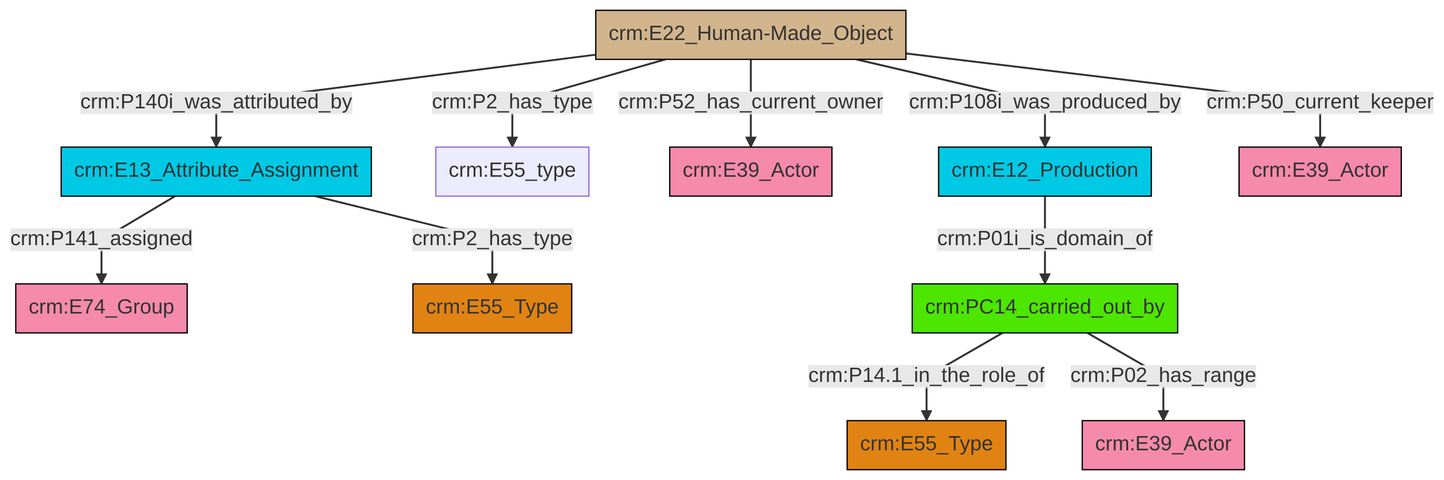
Earlier version of the Mermaid export et/artworkCSV/ttl/mmd/png/Artwork_Actor_Relations.png (swiss-art-research-net/reference-data-models). Its source is kept beside it as et/artworkCSV/ttl/mmd/Artwork_Actor_Relations.ttl.mmd.
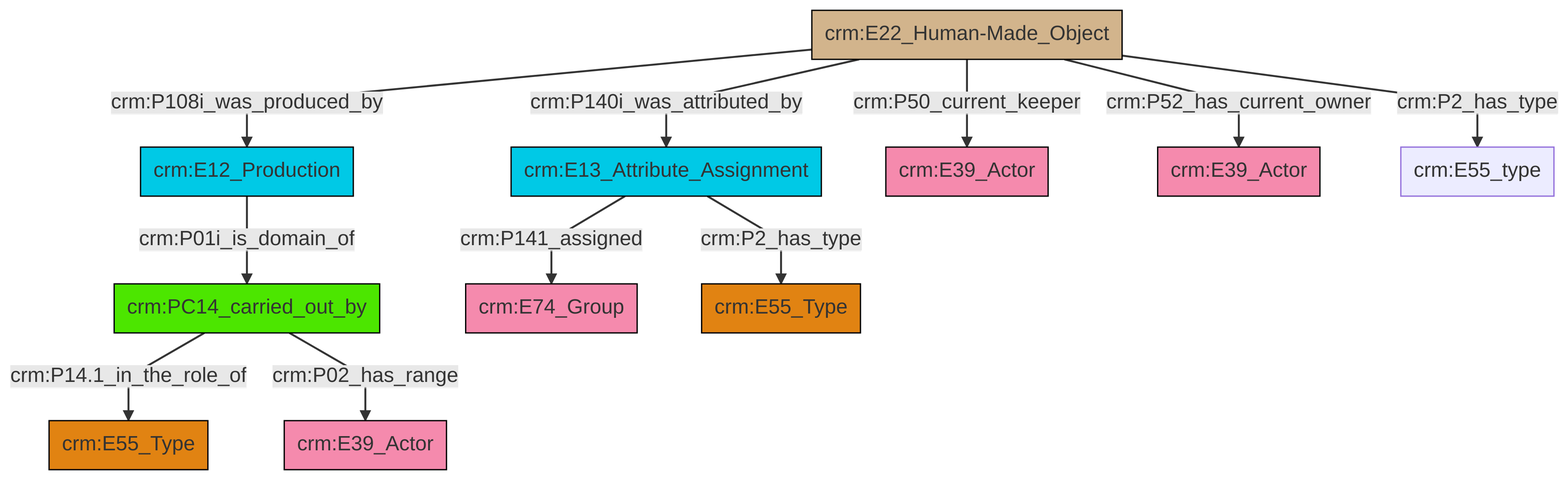
The same file after the commit.

The edit, as a diff of the source:
```diff
@@ -13,13 +13,13 @@
 classDef PC_Classes fill:#4ce600, stroke:#000000;
 classDef Multi fill:#cccccc,stroke:#000000;
 
-0["crm:E22_Human-Made_Object"]:::Physical_Thing -->|crm:P140i_was_attributed_by| 1["crm:E13_Attribute_Assignment"]:::Temporal_Entity
-0["crm:E22_Human-Made_Object"]:::Physical_Thing -->|crm:P2_has_type| 8["crm:E55_type"]:::Default
-1["crm:E13_Attribute_Assignment"]:::Temporal_Entity -->|crm:P141_assigned| 2["crm:E74_Group"]:::Actor
-0["crm:E22_Human-Made_Object"]:::Physical_Thing -->|crm:P52_has_current_owner| 4["crm:E39_Actor"]:::Actor
-0["crm:E22_Human-Made_Object"]:::Physical_Thing -->|crm:P108i_was_produced_by| 15["crm:E12_Production"]:::Temporal_Entity
-1["crm:E13_Attribute_Assignment"]:::Temporal_Entity -->|crm:P2_has_type| 12["crm:E55_Type"]:::Type
-15["crm:E12_Production"]:::Temporal_Entity -->|crm:P01i_is_domain_of| 9["crm:PC14_carried_out_by"]:::PC_Classes
-0["crm:E22_Human-Made_Object"]:::Physical_Thing -->|crm:P50_current_keeper| 16["crm:E39_Actor"]:::Actor
-9["crm:PC14_carried_out_by"]:::PC_Classes -->|crm:P14.1_in_the_role_of| 6["crm:E55_Type"]:::Type
-9["crm:PC14_carried_out_by"]:::PC_Classes -->|crm:P02_has_range| 20["crm:E39_Actor"]:::Actor
+4["crm:PC14_carried_out_by"]:::PC_Classes -->|crm:P14.1_in_the_role_of| 5["crm:E55_Type"]:::Type
+6["crm:E22_Human-Made_Object"]:::Physical_Thing -->|crm:P108i_was_produced_by| 7["crm:E12_Production"]:::Temporal_Entity
+6["crm:E22_Human-Made_Object"]:::Physical_Thing -->|crm:P50_current_keeper| 8["crm:E39_Actor"]:::Actor
+4["crm:PC14_carried_out_by"]:::PC_Classes -->|crm:P02_has_range| 2["crm:E39_Actor"]:::Actor
+7["crm:E12_Production"]:::Temporal_Entity -->|crm:P01i_is_domain_of| 4["crm:PC14_carried_out_by"]:::PC_Classes
+0["crm:E13_Attribute_Assignment"]:::Temporal_Entity -->|crm:P141_assigned| 14["crm:E74_Group"]:::Actor
+6["crm:E22_Human-Made_Object"]:::Physical_Thing -->|crm:P52_has_current_owner| 10["crm:E39_Actor"]:::Actor
+6["crm:E22_Human-Made_Object"]:::Physical_Thing -->|crm:P2_has_type| 15["crm:E55_type"]:::Default
+6["crm:E22_Human-Made_Object"]:::Physical_Thing -->|crm:P140i_was_attributed_by| 0["crm:E13_Attribute_Assignment"]:::Temporal_Entity
+0["crm:E13_Attribute_Assignment"]:::Temporal_Entity -->|crm:P2_has_type| 17["crm:E55_Type"]:::Type
```
